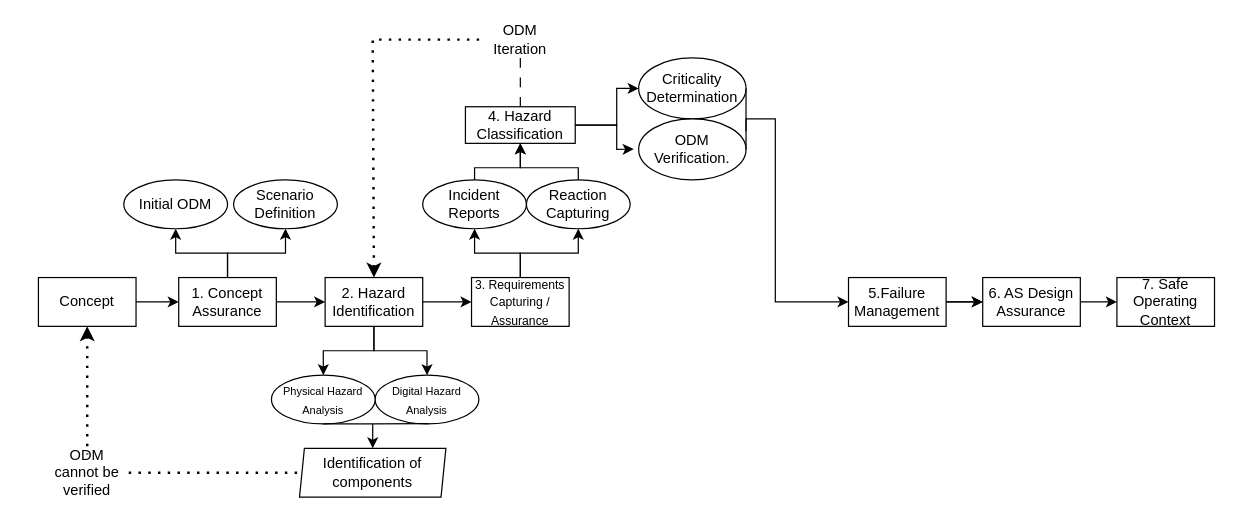
Earlier version of the draw.io diagram Overview/SACRED.drawio (TortoiseFather/SACRED). Source tidied: cells renumbered, new cells numbered last; positions are measured from the earlier drawing's top-left corner, leaving out a move shared by most shapes. Both pictures are drawn from the tidied source at 122%, with x=0, y=0 at pixel (38, 21).
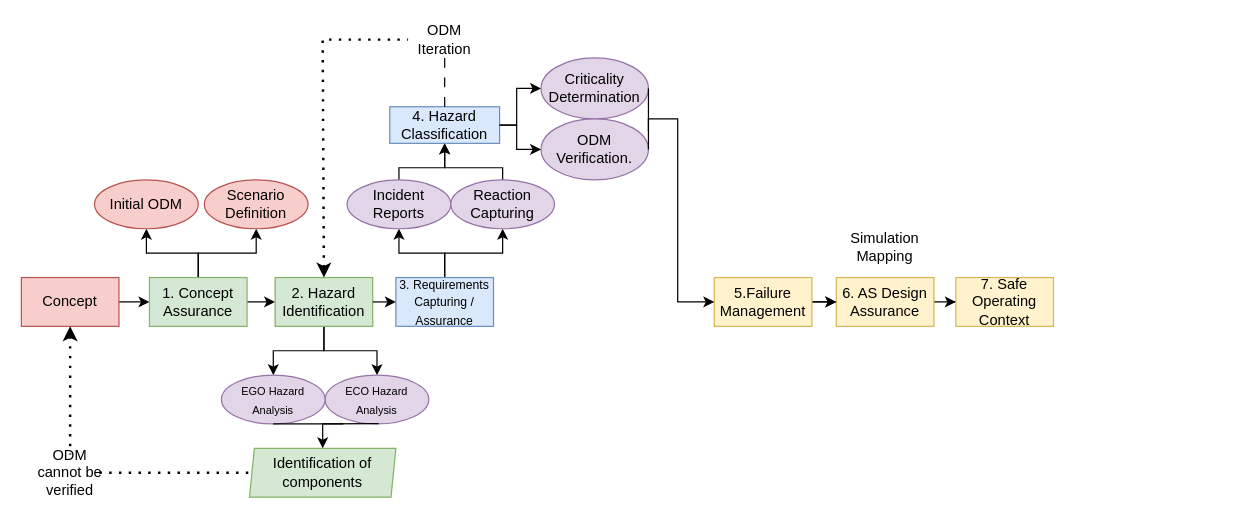
Above is the later version.

The edit, as a diff of the source:
```diff
@@
-    <mxCell id="3" value="Concept" style="rounded=0;whiteSpace=wrap;html=1;" parent="1" vertex="1">
-      <mxGeometry y="210" width="80" height="40" as="geometry" />
+    <mxCell id="3" value="Concept" style="rounded=0;whiteSpace=wrap;html=1;fillColor=#f8cecc;strokeColor=#b85450;" parent="1" vertex="1">
+      <mxGeometry x="-14" y="210" width="80" height="40" as="geometry" />
     </mxCell>
@@
-    <mxCell id="7" value="1. Concept Assurance" style="rounded=0;whiteSpace=wrap;html=1;" parent="1" vertex="1">
-      <mxGeometry x="115" y="210" width="80" height="40" as="geometry" />
+    <mxCell id="7" value="1. Concept Assurance" style="rounded=0;whiteSpace=wrap;html=1;fillColor=#d5e8d4;strokeColor=#82b366;" parent="1" vertex="1">
+      <mxGeometry x="91" y="210" width="80" height="40" as="geometry" />
     </mxCell>
@@
-    <mxCell id="10" value="2. Hazard Identification" style="rounded=0;whiteSpace=wrap;html=1;" parent="1" vertex="1">
-      <mxGeometry x="235" y="210" width="80" height="40" as="geometry" />
+    <mxCell id="10" value="2. Hazard Identification" style="rounded=0;whiteSpace=wrap;html=1;fillColor=#d5e8d4;strokeColor=#82b366;" parent="1" vertex="1">
+      <mxGeometry x="194" y="210" width="80" height="40" as="geometry" />
     </mxCell>
@@
-    <mxCell id="13" value="&lt;font style=&quot;font-size: 10px;&quot;&gt;3. Requirements Capturing / Assurance&lt;/font&gt;" style="rounded=0;whiteSpace=wrap;html=1;" parent="1" vertex="1">
-      <mxGeometry x="355" y="210" width="80" height="40" as="geometry" />
+    <mxCell id="13" value="&lt;font style=&quot;font-size: 10px;&quot;&gt;3. Requirements Capturing / Assurance&lt;/font&gt;" style="rounded=0;whiteSpace=wrap;html=1;fillColor=#dae8fc;strokeColor=#6c8ebf;" parent="1" vertex="1">
+      <mxGeometry x="293" y="210" width="80" height="40" as="geometry" />
     </mxCell>
@@
-    <mxCell id="16" value="5.Failure Management" style="rounded=0;whiteSpace=wrap;html=1;" parent="1" vertex="1">
-      <mxGeometry x="664" y="210" width="80" height="40" as="geometry" />
+    <mxCell id="16" value="5.Failure Management" style="rounded=0;whiteSpace=wrap;html=1;fillColor=#fff2cc;strokeColor=#d6b656;" parent="1" vertex="1">
+      <mxGeometry x="554" y="210" width="80" height="40" as="geometry" />
     </mxCell>
@@
-    <mxCell id="18" value="6. AS Design Assurance" style="rounded=0;whiteSpace=wrap;html=1;" parent="1" vertex="1">
-      <mxGeometry x="774" y="210" width="80" height="40" as="geometry" />
+    <mxCell id="18" value="6. AS Design Assurance" style="rounded=0;whiteSpace=wrap;html=1;fillColor=#fff2cc;strokeColor=#d6b656;" parent="1" vertex="1">
+      <mxGeometry x="654" y="210" width="80" height="40" as="geometry" />
     </mxCell>
-    <mxCell id="19" value="Initial ODM" style="ellipse;whiteSpace=wrap;html=1;" parent="1" vertex="1">
-      <mxGeometry x="70" y="130" width="85" height="40" as="geometry" />
+    <mxCell id="19" value="Initial ODM" style="ellipse;whiteSpace=wrap;html=1;fillColor=#f8cecc;strokeColor=#b85450;" parent="1" vertex="1">
+      <mxGeometry x="46" y="130" width="85" height="40" as="geometry" />
     </mxCell>
-    <mxCell id="20" value="Scenario Definition" style="ellipse;whiteSpace=wrap;html=1;" parent="1" vertex="1">
-      <mxGeometry x="160" y="130" width="85" height="40" as="geometry" />
+    <mxCell id="20" value="Scenario Definition" style="ellipse;whiteSpace=wrap;html=1;fillColor=#f8cecc;strokeColor=#b85450;" parent="1" vertex="1">
+      <mxGeometry x="136" y="130" width="85" height="40" as="geometry" />
     </mxCell>
     <mxCell id="21" style="edgeStyle=orthogonalEdgeStyle;rounded=0;jettySize=auto;html=1;" parent="1" edge="1" source="22" target="26">
       <mxGeometry relative="1" as="geometry">
         <Array as="points">
-          <mxPoint x="358" y="120" />
-          <mxPoint x="395" y="120" />
+          <mxPoint x="296" y="120" />
+          <mxPoint x="333" y="120" />
         </Array>
       </mxGeometry>
     </mxCell>
-    <mxCell id="22" value="Incident Reports" style="ellipse;whiteSpace=wrap;html=1;" parent="1" vertex="1">
-      <mxGeometry x="315" y="130" width="85" height="40" as="geometry" />
+    <mxCell id="22" value="Incident Reports" style="ellipse;whiteSpace=wrap;html=1;fillColor=#e1d5e7;strokeColor=#9673a6;" parent="1" vertex="1">
+      <mxGeometry x="253" y="130" width="85" height="40" as="geometry" />
     </mxCell>
     <mxCell id="23" style="edgeStyle=orthogonalEdgeStyle;rounded=0;jettySize=auto;html=1;" parent="1" edge="1" source="24" target="26">
       <mxGeometry relative="1" as="geometry">
         <Array as="points">
-          <mxPoint x="443" y="120" />
-          <mxPoint x="395" y="120" />
+          <mxPoint x="381" y="120" />
+          <mxPoint x="333" y="120" />
         </Array>
       </mxGeometry>
     </mxCell>
-    <mxCell id="24" value="Reaction Capturing" style="ellipse;whiteSpace=wrap;html=1;" parent="1" vertex="1">
-      <mxGeometry x="400" y="130" width="85" height="40" as="geometry" />
+    <mxCell id="24" value="Reaction Capturing" style="ellipse;whiteSpace=wrap;html=1;fillColor=#e1d5e7;strokeColor=#9673a6;" parent="1" vertex="1">
+      <mxGeometry x="338" y="130" width="85" height="40" as="geometry" />
     </mxCell>
-    <mxCell id="25" value="7. Safe Operating Context" style="rounded=0;whiteSpace=wrap;html=1;" parent="1" vertex="1">
-      <mxGeometry x="884" y="210" width="80" height="40" as="geometry" />
+    <mxCell id="25" value="7. Safe Operating Context" style="rounded=0;whiteSpace=wrap;html=1;fillColor=#fff2cc;strokeColor=#d6b656;" parent="1" vertex="1">
+      <mxGeometry x="752" y="210" width="80" height="40" as="geometry" />
     </mxCell>
-    <mxCell id="26" value="4. Hazard Classification" style="whiteSpace=wrap;html=1;" parent="1" vertex="1">
-      <mxGeometry x="350" y="70" width="90" height="30" as="geometry" />
+    <mxCell id="26" value="4. Hazard Classification" style="whiteSpace=wrap;html=1;fillColor=#dae8fc;strokeColor=#6c8ebf;" parent="1" vertex="1">
+      <mxGeometry x="288" y="70" width="90" height="30" as="geometry" />
     </mxCell>
-    <mxCell id="27" value="Criticality Determination" style="ellipse;whiteSpace=wrap;html=1;" parent="1" vertex="1">
-      <mxGeometry x="492" y="30" width="88" height="50" as="geometry" />
+    <mxCell id="27" value="Criticality Determination" style="ellipse;whiteSpace=wrap;html=1;fillColor=#e1d5e7;strokeColor=#9673a6;" parent="1" vertex="1">
+      <mxGeometry x="412" y="30" width="88" height="50" as="geometry" />
     </mxCell>
-    <mxCell id="28" value="ODM Verification." style="ellipse;whiteSpace=wrap;html=1;" parent="1" vertex="1">
-      <mxGeometry x="492" y="80" width="88" height="50" as="geometry" />
+    <mxCell id="28" value="ODM Verification." style="ellipse;whiteSpace=wrap;html=1;fillColor=#e1d5e7;strokeColor=#9673a6;" parent="1" vertex="1">
+      <mxGeometry x="412" y="80" width="88" height="50" as="geometry" />
     </mxCell>
     <mxCell id="29" style="endArrow=classic;html=1;rounded=0;exitX=1;exitY=0.5;exitDx=0;exitDy=0;entryX=0;entryY=0.5;entryDx=0;entryDy=0;" parent="1" edge="1" source="26" target="27">
       <mxGeometry relative="1" as="geometry">
         <Array as="points">
-          <mxPoint x="474" y="85" />
-          <mxPoint x="474" y="55" />
+          <mxPoint x="392" y="85" />
+          <mxPoint x="392" y="55" />
         </Array>
       </mxGeometry>
     </mxCell>
-    <mxCell id="30" style="endArrow=classic;html=1;rounded=0;exitX=1;exitY=0.5;exitDx=0;exitDy=0;entryX=-0.047;entryY=0.494;entryDx=0;entryDy=0;entryPerimeter=0;" parent="1" edge="1" source="26" target="28">
+    <mxCell id="30" style="endArrow=classic;html=1;rounded=0;exitX=1;exitY=0.5;exitDx=0;exitDy=0;entryX=0;entryY=0.5;entryDx=0;entryDy=0;" parent="1" edge="1" source="26" target="28">
       <mxGeometry relative="1" as="geometry">
         <Array as="points">
-          <mxPoint x="474" y="85" />
-          <mxPoint x="474" y="105" />
+          <mxPoint x="392" y="85" />
+          <mxPoint x="392" y="105" />
         </Array>
       </mxGeometry>
     </mxCell>
     <mxCell id="31" style="endArrow=classic;html=1;rounded=0;entryX=0;entryY=0.5;entryDx=0;entryDy=0;exitX=1;exitY=0.5;exitDx=0;exitDy=0;" parent="1" edge="1" source="28" target="16">
       <mxGeometry relative="1" as="geometry">
         <Array as="points">
-          <mxPoint x="580" y="80" />
-          <mxPoint x="604" y="80" />
-          <mxPoint x="604" y="230" />
+          <mxPoint x="500" y="80" />
+          <mxPoint x="524" y="80" />
+          <mxPoint x="524" y="230" />
         </Array>
       </mxGeometry>
     </mxCell>
     <mxCell id="32" style="endArrow=none;html=1;rounded=0;entryX=1;entryY=0.5;entryDx=0;entryDy=0;" parent="1" edge="1" target="27">
       <mxGeometry relative="1" as="geometry">
-        <mxPoint x="580" y="90" as="sourcePoint" />
+        <mxPoint x="500" y="90" as="sourcePoint" />
       </mxGeometry>
     </mxCell>
@@
     <mxCell id="34" value="&lt;div&gt;ODM Iteration&lt;/div&gt;" style="text;html=1;strokeColor=none;fillColor=none;align=center;verticalAlign=middle;whiteSpace=wrap;rounded=0;" parent="1" vertex="1">
-      <mxGeometry x="365" width="60" height="30" as="geometry" />
+      <mxGeometry x="303" width="60" height="30" as="geometry" />
     </mxCell>
     <mxCell id="35" style="endArrow=none;dashed=1;html=1;dashPattern=1 3;strokeWidth=2;rounded=0;entryX=0;entryY=0.5;entryDx=0;entryDy=0;exitX=0.5;exitY=0;exitDx=0;exitDy=0;endFill=0;startArrow=classic;startFill=1;" parent="1" edge="1" source="10" target="34">
       <mxGeometry relative="1" as="geometry">
         <Array as="points">
-          <mxPoint x="274" y="15" />
+          <mxPoint x="233" y="15" />
         </Array>
       </mxGeometry>
     </mxCell>
-    <mxCell id="36" value="&lt;div&gt;Identification of components&lt;/div&gt;" style="shape=parallelogram;perimeter=parallelogramPerimeter;whiteSpace=wrap;html=1;fixedSize=1;size=4;" parent="1" vertex="1">
-      <mxGeometry x="214" y="350" width="120" height="40" as="geometry" />
+    <mxCell id="36" value="&lt;div&gt;Identification of components&lt;/div&gt;" style="shape=parallelogram;perimeter=parallelogramPerimeter;whiteSpace=wrap;html=1;fixedSize=1;size=4;fillColor=#d5e8d4;strokeColor=#82b366;" parent="1" vertex="1">
+      <mxGeometry x="173" y="350" width="120" height="40" as="geometry" />
     </mxCell>
-    <mxCell id="37" value="&lt;font style=&quot;font-size: 9px;&quot;&gt;Digital Hazard Analysis&lt;/font&gt;" style="ellipse;whiteSpace=wrap;html=1;" parent="1" vertex="1">
-      <mxGeometry x="276" y="290" width="85" height="40" as="geometry" />
+    <mxCell id="37" value="&lt;font style=&quot;font-size: 9px;&quot;&gt;ECO Hazard Analysis&lt;/font&gt;" style="ellipse;whiteSpace=wrap;html=1;fillColor=#e1d5e7;strokeColor=#9673a6;" parent="1" vertex="1">
+      <mxGeometry x="235" y="290" width="85" height="40" as="geometry" />
     </mxCell>
-    <mxCell id="38" value="&lt;font style=&quot;font-size: 9px;&quot;&gt;Physical Hazard Analysis&lt;/font&gt;" style="ellipse;whiteSpace=wrap;html=1;" parent="1" vertex="1">
-      <mxGeometry x="191" y="290" width="85" height="40" as="geometry" />
+    <mxCell id="38" value="&lt;font style=&quot;font-size: 9px;&quot;&gt;EGO Hazard Analysis&lt;/font&gt;" style="ellipse;whiteSpace=wrap;html=1;fillColor=#e1d5e7;strokeColor=#9673a6;" parent="1" vertex="1">
+      <mxGeometry x="150" y="290" width="85" height="40" as="geometry" />
     </mxCell>
     <mxCell id="39" style="endArrow=classic;html=1;rounded=0;exitX=0.516;exitY=0.995;exitDx=0;exitDy=0;exitPerimeter=0;entryX=0.5;entryY=0;entryDx=0;entryDy=0;" parent="1" edge="1" source="37" target="36">
       <mxGeometry relative="1" as="geometry">
         <Array as="points">
-          <mxPoint x="274" y="330" />
+          <mxPoint x="233" y="330" />
         </Array>
       </mxGeometry>
     </mxCell>
     <mxCell id="40" style="endArrow=none;html=1;rounded=0;exitX=0.5;exitY=1;exitDx=0;exitDy=0;endFill=0;" parent="1" edge="1" source="38">
       <mxGeometry relative="1" as="geometry">
-        <mxPoint x="274" y="330" as="targetPoint" />
+        <mxPoint x="250" y="330" as="targetPoint" />
       </mxGeometry>
     </mxCell>
     <mxCell id="41" style="endArrow=classic;html=1;rounded=0;exitX=1;exitY=0.5;exitDx=0;exitDy=0;entryX=0;entryY=0.5;entryDx=0;entryDy=0;" parent="1" edge="1" source="10" target="13">
-      <mxGeometry relative="1" as="geometry">
-        <Array as="points">
-          <mxPoint x="344" y="230" />
-        </Array>
-      </mxGeometry>
+      <mxGeometry relative="1" as="geometry" />
     </mxCell>
     <mxCell id="42" style="endArrow=none;dashed=1;html=1;dashPattern=1 3;strokeWidth=2;rounded=0;entryX=0;entryY=0.5;entryDx=0;entryDy=0;endFill=0;startArrow=none;startFill=0;" parent="1" edge="1" target="36">
       <mxGeometry relative="1" as="geometry">
-        <mxPoint x="74" y="370" as="sourcePoint" />
+        <mxPoint x="50" y="370" as="sourcePoint" />
         <Array as="points">
-          <mxPoint x="94" y="370" />
+          <mxPoint x="70" y="370" />
         </Array>
       </mxGeometry>
     </mxCell>
@@
     <mxCell id="44" value="ODM cannot be verified" style="text;html=1;align=center;verticalAlign=middle;whiteSpace=wrap;rounded=0;" parent="1" vertex="1">
-      <mxGeometry x="10" y="355" width="60" height="30" as="geometry" />
+      <mxGeometry x="-4" y="355" width="60" height="30" as="geometry" />
     </mxCell>
+    <mxCell id="45" value="Simulation Mapping" style="text;html=1;align=center;verticalAlign=middle;whiteSpace=wrap;rounded=0;" parent="1" vertex="1">
+      <mxGeometry x="664" y="170" width="60" height="30" as="geometry" />
+    </mxCell>
```
